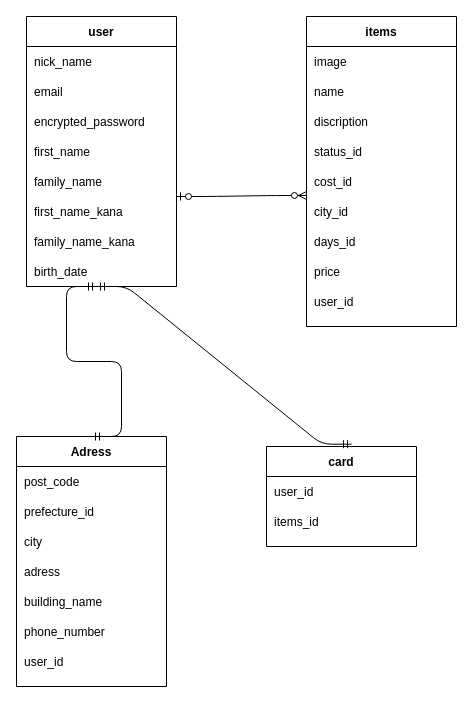
Before: er.dio in seiya9012/furima-36335, a draw.io diagram. Source tidied: cells renumbered, new cells numbered last; positions are measured from the earlier drawing's top-left corner, leaving out a move shared by most shapes. Both pictures are drawn from the tidied source at 100%, with x=0, y=0 at pixel (16, 16).
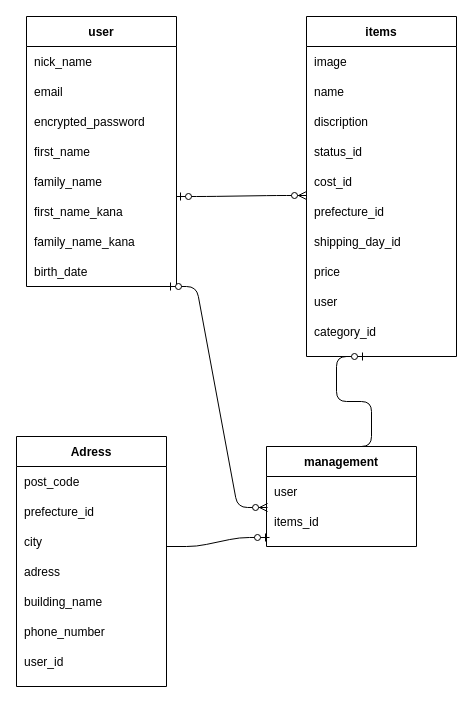
Above is the later version.

Commit message (it also covers changes not shown here):
データベース設計の修正７

Unchanged cells that the change refers to:
```xml
<mxCell id="30" style="shape=partialRectangle;fillColor=none;top=0;left=0;bottom=0;right=0;" parent="19" vertex="1">
  <mxGeometry y="180" width="150" height="30" as="geometry" />
</mxCell>
<mxCell id="32" style="shape=partialRectangle;fillColor=none;top=0;left=0;bottom=0;right=0;" parent="19" vertex="1">
  <mxGeometry y="210" width="150" height="30" as="geometry" />
</mxCell>
<mxCell id="36" style="shape=partialRectangle;fillColor=none;top=0;left=0;bottom=0;right=0;" parent="19" vertex="1">
  <mxGeometry y="270" width="150" height="30" as="geometry" />
</mxCell>
<mxCell id="38" value="Adress" style="shape=table;startSize=30;childLayout=tableLayout;rowLines=0;fontStyle=1;align=center;rounded=0;shadow=0;sketch=0;" parent="1" vertex="1">
  <mxGeometry y="420" width="150" height="250" as="geometry" />
</mxCell>
<mxCell id="54" style="shape=partialRectangle;fillColor=none;top=0;left=0;bottom=0;right=0;" parent="53" vertex="1">
  <mxGeometry y="30" width="150" height="30" as="geometry" />
</mxCell>
<mxCell id="56" style="shape=partialRectangle;fillColor=none;top=0;left=0;bottom=0;right=0;points=[[0,0.5],[1,0.5]];portConstraint=eastwest;" parent="53" vertex="1">
  <mxGeometry y="60" width="150" height="30" as="geometry" />
</mxCell>
```

What changed in the source:
```diff
@@
     <mxCell id="19" value="items" style="shape=table;startSize=30;childLayout=tableLayout;rowLines=0;fontStyle=1;align=center;rounded=0;shadow=0;sketch=0;" parent="1" vertex="1">
-      <mxGeometry x="290" width="150" height="310" as="geometry" />
+      <mxGeometry x="290" width="150" height="340" as="geometry" />
     </mxCell>
@@
-    <mxCell id="31" value="city_id" style="shape=partialRectangle;fillColor=none;top=0;left=0;bottom=0;right=0;align=left;spacingLeft=6;overflow=hidden;" parent="30" vertex="1">
+    <mxCell id="31" value="prefecture_id" style="shape=partialRectangle;fillColor=none;top=0;left=0;bottom=0;right=0;align=left;spacingLeft=6;overflow=hidden;" parent="30" vertex="1">
       <mxGeometry width="150" height="30" as="geometry" />
     </mxCell>
@@
-    <mxCell id="33" value="days_id" style="shape=partialRectangle;fillColor=none;top=0;left=0;bottom=0;right=0;align=left;spacingLeft=6;overflow=hidden;" parent="32" vertex="1">
+    <mxCell id="33" value="shipping_day_id" style="shape=partialRectangle;fillColor=none;top=0;left=0;bottom=0;right=0;align=left;spacingLeft=6;overflow=hidden;" parent="32" vertex="1">
       <mxGeometry width="150" height="30" as="geometry" />
     </mxCell>
@@
-    <mxCell id="37" value="user_id" style="shape=partialRectangle;fillColor=none;top=0;left=0;bottom=0;right=0;align=left;spacingLeft=6;overflow=hidden;" parent="36" vertex="1">
+    <mxCell id="37" value="user" style="shape=partialRectangle;fillColor=none;top=0;left=0;bottom=0;right=0;align=left;spacingLeft=6;overflow=hidden;" parent="36" vertex="1">
       <mxGeometry width="150" height="30" as="geometry" />
     </mxCell>
+    <mxCell id="61" style="shape=partialRectangle;fillColor=none;top=0;left=0;bottom=0;right=0;" parent="19" vertex="1">
+      <mxGeometry y="300" width="150" height="30" as="geometry" />
+    </mxCell>
+    <mxCell id="62" value="category_id" style="shape=partialRectangle;fillColor=none;top=0;left=0;bottom=0;right=0;align=left;spacingLeft=6;overflow=hidden;" parent="61" vertex="1">
+      <mxGeometry width="150" height="30" as="geometry" />
+    </mxCell>
@@
-    <mxCell id="53" value="card" style="shape=table;startSize=30;childLayout=tableLayout;rowLines=0;fontStyle=1;align=center;rounded=0;shadow=0;sketch=0;" parent="1" vertex="1">
+    <mxCell id="53" value="management" style="shape=table;startSize=30;childLayout=tableLayout;rowLines=0;fontStyle=1;align=center;rounded=0;shadow=0;sketch=0;" parent="1" vertex="1">
       <mxGeometry x="250" y="430" width="150" height="100" as="geometry" />
     </mxCell>
@@
-    <mxCell id="55" value="user_id" style="shape=partialRectangle;fillColor=none;top=0;left=0;bottom=0;right=0;align=left;spacingLeft=6;overflow=hidden;" parent="54" vertex="1">
+    <mxCell id="55" value="user" style="shape=partialRectangle;fillColor=none;top=0;left=0;bottom=0;right=0;align=left;spacingLeft=6;overflow=hidden;" parent="54" vertex="1">
       <mxGeometry width="150" height="30" as="geometry" />
     </mxCell>
@@
-    <mxCell id="59" style="edgeStyle=entityRelationEdgeStyle;fontSize=12;html=1;endArrow=ERmandOne;startArrow=ERmandOne;entryX=0.567;entryY=-0.023;entryDx=0;entryDy=0;entryPerimeter=0;" parent="1" edge="1" target="53">
-      <mxGeometry relative="1" as="geometry">
-        <mxPoint x="80" y="270" as="sourcePoint" />
-      </mxGeometry>
-    </mxCell>
-    <mxCell id="60" style="edgeStyle=entityRelationEdgeStyle;fontSize=12;html=1;endArrow=ERmandOne;startArrow=ERmandOne;exitX=0.5;exitY=0;exitDx=0;exitDy=0;" parent="1" edge="1" source="38">
-      <mxGeometry relative="1" as="geometry">
-        <mxPoint x="80" y="270" as="targetPoint" />
-      </mxGeometry>
-    </mxCell>
+    <mxCell id="63" style="edgeStyle=entityRelationEdgeStyle;fontSize=12;html=1;endArrow=ERzeroToMany;startArrow=ERzeroToOne;entryX=0.007;entryY=0.033;entryDx=0;entryDy=0;entryPerimeter=0;" parent="1" edge="1" target="56">
+      <mxGeometry relative="1" as="geometry">
+        <mxPoint x="150" y="270" as="sourcePoint" />
+      </mxGeometry>
+    </mxCell>
+    <mxCell id="64" style="edgeStyle=entityRelationEdgeStyle;fontSize=12;html=1;endArrow=ERzeroToOne;endFill=1;entryX=0.02;entryY=1.033;entryDx=0;entryDy=0;entryPerimeter=0;" parent="1" edge="1" target="56">
+      <mxGeometry relative="1" as="geometry">
+        <mxPoint x="150" y="530" as="sourcePoint" />
+      </mxGeometry>
+    </mxCell>
+    <mxCell id="65" style="edgeStyle=entityRelationEdgeStyle;fontSize=12;html=1;endArrow=ERzeroToOne;endFill=1;exitX=0.5;exitY=0;exitDx=0;exitDy=0;" parent="1" edge="1" source="53">
+      <mxGeometry relative="1" as="geometry">
+        <mxPoint x="350" y="340" as="targetPoint" />
+      </mxGeometry>
+    </mxCell>
```
